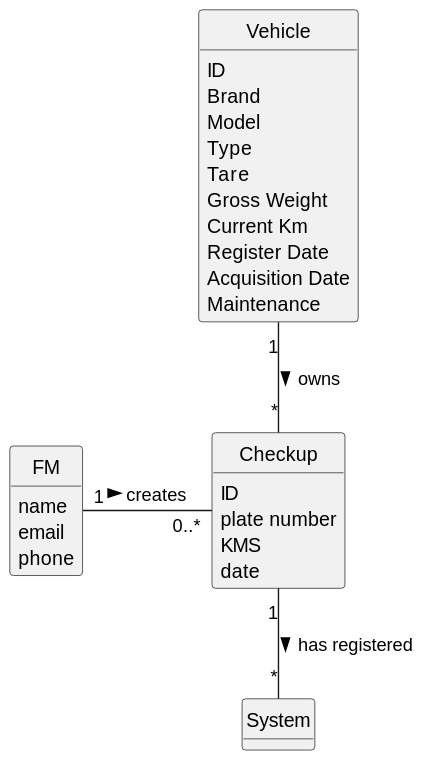
Before: docs/sprintA/us007/02.analysis/svg/us007-domain-model.svg, a diagram exported from PlantUML (daniel41silva05/ISEP_2023_2024_LAPR2).
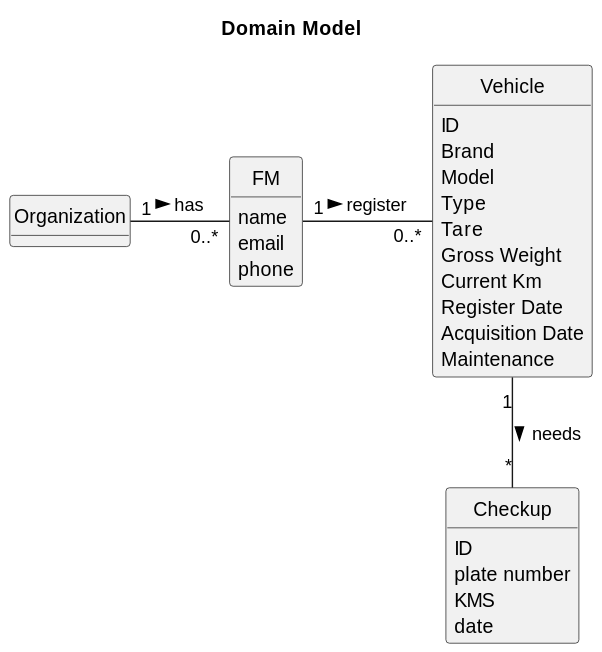
Above is the later version.

Diff of the diagram source:
```diff
@@ -9,7 +9,7 @@
 hide circle
 hide methods
 
-
+title Domain Model
 
 class FM {
     name
@@ -24,7 +24,6 @@
      date
 }
 
-
 class Vehicle {
     ID
     Brand
@@ -38,9 +37,7 @@
     Maintenance
 }
 
-
-FM "1" - "0..*" Checkup : creates >
-Vehicle "1" -- "*" Checkup : owns >
-Checkup "1" -- "*" System : has registered >
-
+Organization "1" - "0..*" FM : has >
+FM "1" - "0..*" Vehicle : register >
+Vehicle "1" -- "*" Checkup : needs >
 @enduml
```
